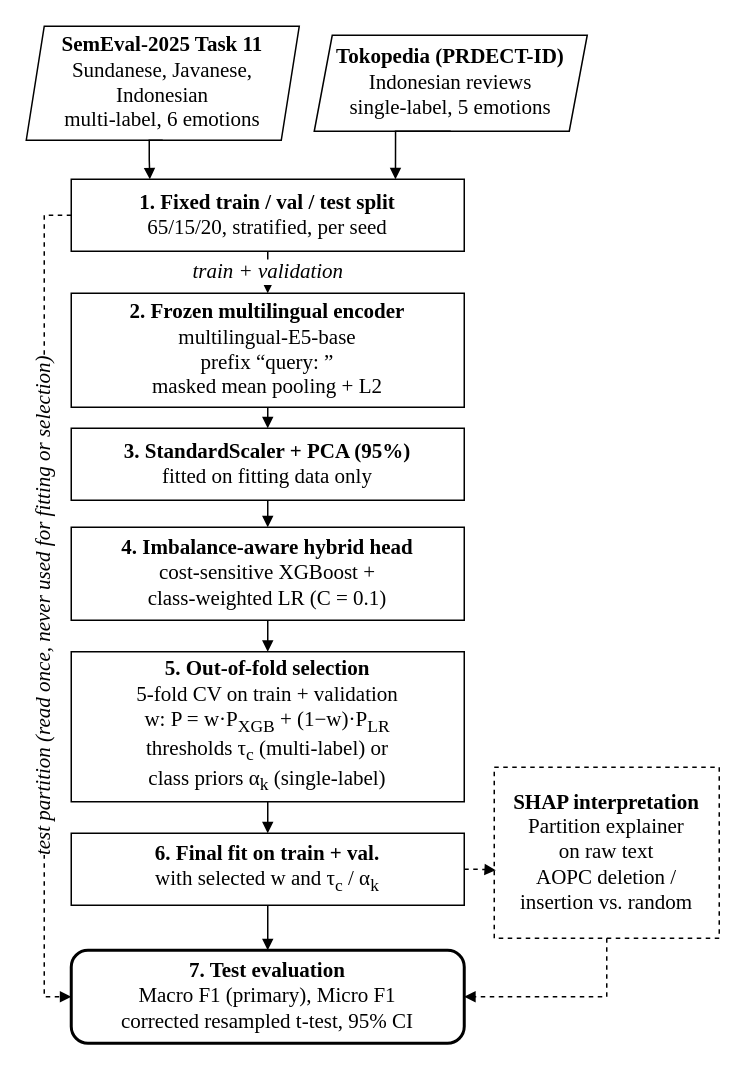
Above: figures/fig1_pipeline.drawio in wagino89/ijies-low-resource-emotion-classification (draw.io), before the change. Source tidied: cells renumbered, new cells numbered last; positions are measured from the earlier drawing's top-left corner, leaving out a move shared by most shapes. Both pictures are drawn from the tidied source at 150%, with x=0, y=0 at pixel (26, 26).
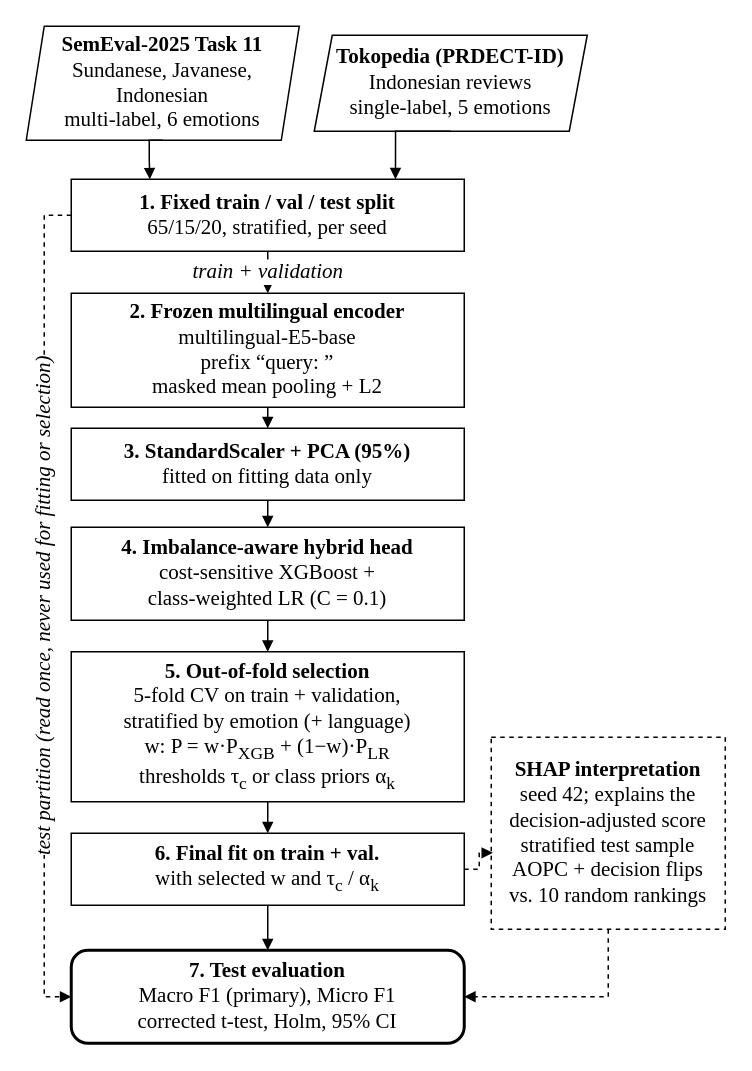
After the change.

Change to the diagram source:
```diff
@@
-    <mxCell id="8" value="&lt;b&gt;5. Out-of-fold selection&lt;/b&gt;&lt;br&gt;5-fold CV on train + validation&lt;br&gt;w: P = w·P&lt;sub&gt;XGB&lt;/sub&gt; + (1−w)·P&lt;sub&gt;LR&lt;/sub&gt;&lt;br&gt;thresholds τ&lt;sub&gt;c&lt;/sub&gt; (multi-label) or&lt;br&gt;class priors α&lt;sub&gt;k&lt;/sub&gt; (single-label)" style="rounded=0;whiteSpace=wrap;html=1;fontFamily=Times New Roman;fontSize=14;fontColor=#000000;strokeColor=#000000;fillColor=#FFFFFF;" parent="1" vertex="1">
+    <mxCell id="8" value="&lt;b&gt;5. Out-of-fold selection&lt;/b&gt;&lt;br&gt;5-fold CV on train + validation,&lt;br&gt;stratified by emotion (+ language)&lt;br&gt;w: P = w·P&lt;sub&gt;XGB&lt;/sub&gt; + (1−w)·P&lt;sub&gt;LR&lt;/sub&gt;&lt;br&gt;thresholds τ&lt;sub&gt;c&lt;/sub&gt; or class priors α&lt;sub&gt;k&lt;/sub&gt;" style="rounded=0;whiteSpace=wrap;html=1;fontFamily=Times New Roman;fontSize=14;fontColor=#000000;strokeColor=#000000;fillColor=#FFFFFF;" parent="1" vertex="1">
       <mxGeometry x="30" y="417" width="262" height="100" as="geometry" />
     </mxCell>
@@
-    <mxCell id="10" value="&lt;b&gt;7. Test evaluation&lt;/b&gt;&lt;br&gt;Macro F1 (primary), Micro F1&lt;br&gt;corrected resampled t-test, 95% CI" style="rounded=1;arcSize=18;strokeWidth=2;whiteSpace=wrap;html=1;fontFamily=Times New Roman;fontSize=14;fontColor=#000000;strokeColor=#000000;fillColor=#FFFFFF;" parent="1" vertex="1">
+    <mxCell id="10" value="&lt;b&gt;7. Test evaluation&lt;/b&gt;&lt;br&gt;Macro F1 (primary), Micro F1&lt;br&gt;corrected t-test, Holm, 95% CI" style="rounded=1;arcSize=18;strokeWidth=2;whiteSpace=wrap;html=1;fontFamily=Times New Roman;fontSize=14;fontColor=#000000;strokeColor=#000000;fillColor=#FFFFFF;" parent="1" vertex="1">
       <mxGeometry x="30" y="616" width="262" height="62" as="geometry" />
     </mxCell>
-    <mxCell id="11" value="&lt;b&gt;SHAP interpretation&lt;/b&gt;&lt;br&gt;Partition explainer&lt;br&gt;on raw text&lt;br&gt;AOPC deletion /&lt;br&gt;insertion vs. random" style="rounded=0;dashed=1;whiteSpace=wrap;html=1;fontFamily=Times New Roman;fontSize=14;fontColor=#000000;strokeColor=#000000;fillColor=#FFFFFF;" parent="1" vertex="1">
-      <mxGeometry x="312" y="494" width="150" height="114" as="geometry" />
+    <mxCell id="11" value="&lt;b&gt;SHAP interpretation&lt;/b&gt;&lt;br&gt;seed 42; explains the&lt;br&gt;decision-adjusted score&lt;br&gt;stratified test sample&lt;br&gt;AOPC + decision flips&lt;br&gt;vs. 10 random rankings" style="rounded=0;dashed=1;whiteSpace=wrap;html=1;fontFamily=Times New Roman;fontSize=14;fontColor=#000000;strokeColor=#000000;fillColor=#FFFFFF;" parent="1" vertex="1">
+      <mxGeometry x="310" y="474" width="156" height="128" as="geometry" />
     </mxCell>
```
